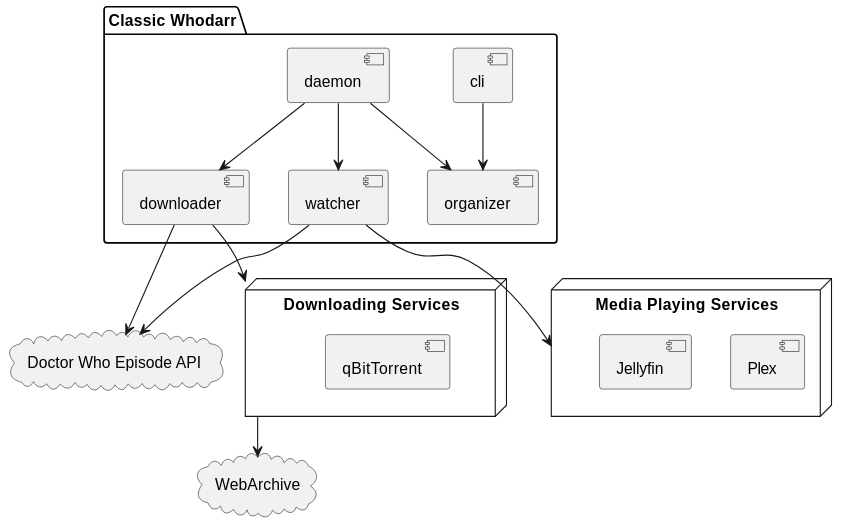
Before: docs/componentdiagram.svg, a diagram exported from PlantUML (krestenlaust/classic-whodarr).
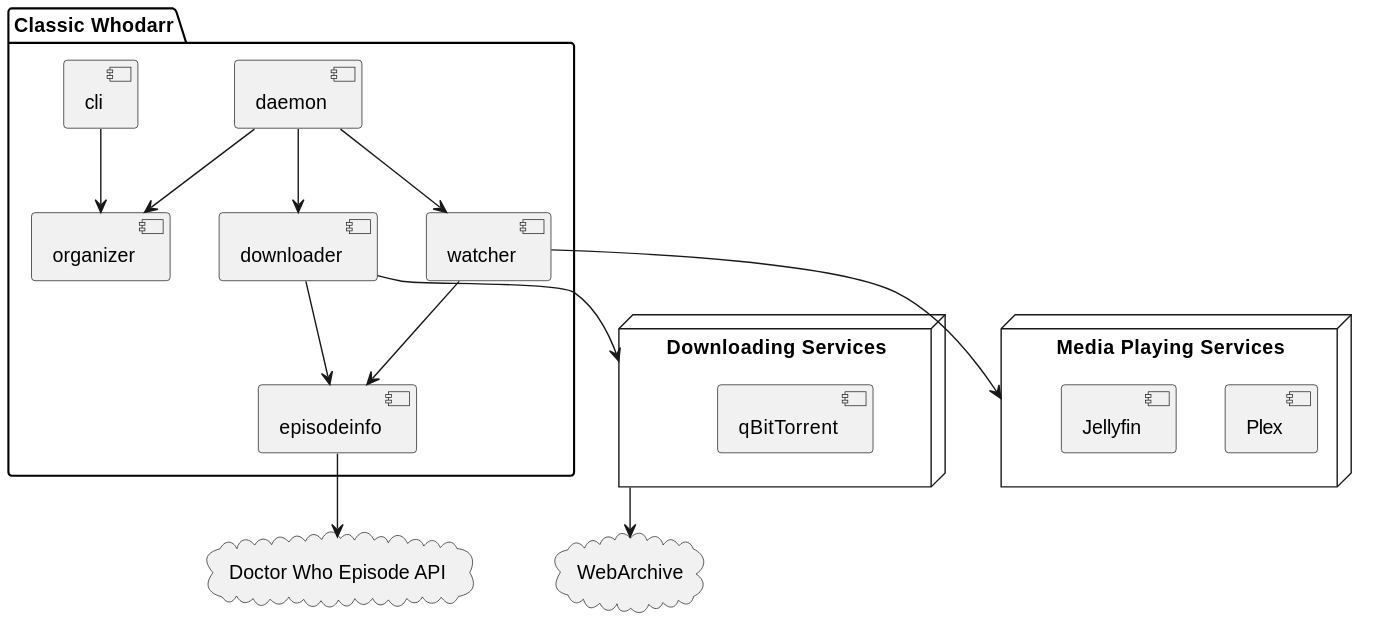
After the commit.

Commit message:
Added Episode Info-module

Diff of the diagram source:
```diff
@@ -3,10 +3,12 @@
 cloud "WebArchive"
 
 package "Classic Whodarr" {
+    [daemon] --> [downloader]
+    [daemon] --> [watcher]
+    [downloader] --> [episodeinfo]
+    [watcher] --> [episodeinfo]
     [cli] --> [organizer]
     [daemon] --> [organizer]
-    [daemon] --> [downloader]
-    [daemon] --> [watcher]
 }
 
 node "Media Playing Services" {
@@ -18,11 +20,10 @@
     [qBitTorrent]
 }
 
+[episodeinfo] --> "Doctor Who Episode API"
 "Downloading Services" --> "WebArchive"
 
 [downloader] --> "Downloading Services"
-[downloader] --> [Doctor Who Episode API]
 
 [watcher] --> "Media Playing Services"
-[watcher] --> [Doctor Who Episode API]
 @enduml
```
